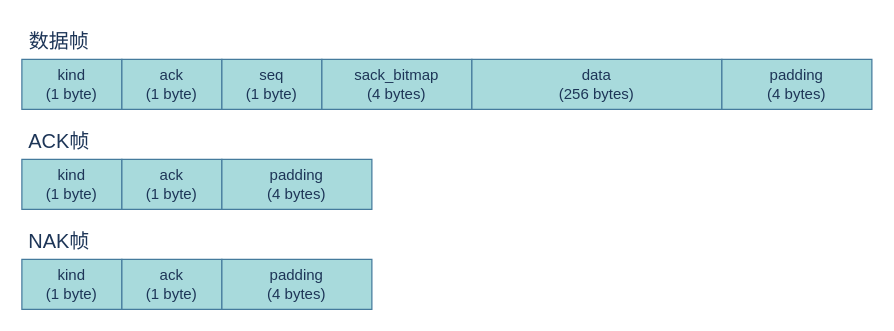
Before: page "第 1 页" (1 of 4) of 帧结构.drawio in snssnsww7/CN-picture, a draw.io diagram. Source tidied: cells renumbered, new cells numbered last; positions are measured from the earlier drawing's top-left corner, leaving out a move shared by most shapes. Both pictures are drawn from the tidied source at 125%, with x=0, y=0 at pixel (21, 21).
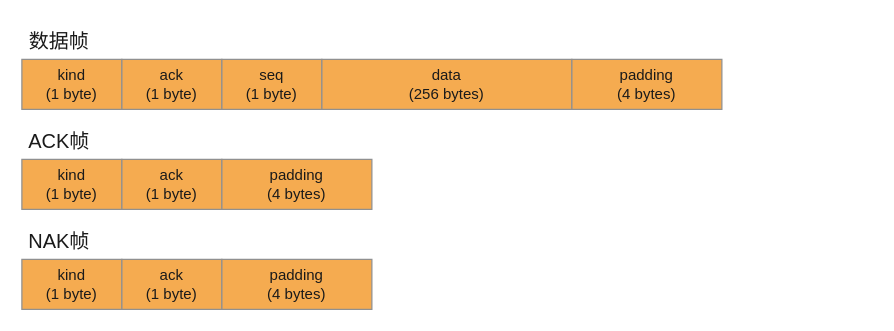
Above is the later version.

Commit message:
更新帧结构.drawio

The edit, as a diff of the source:
```diff
@@
 <mxGraphModel>
   <root>
     <mxCell id="0" />
     <mxCell id="1" parent="0" />
-    <mxCell id="2" value="kind&lt;div&gt;(1 byte)&lt;/div&gt;" style="rounded=0;whiteSpace=wrap;html=1;labelBackgroundColor=none;fillColor=#A8DADC;strokeColor=#457B9D;fontColor=#1D3557;" parent="1" vertex="1">
+    <mxCell id="2" value="kind&lt;div&gt;(1 byte)&lt;/div&gt;" style="rounded=0;whiteSpace=wrap;html=1;labelBackgroundColor=none;fillColor=#F5AB50;strokeColor=#909090;fontColor=#1A1A1A;" parent="1" vertex="1">
       <mxGeometry y="30" width="80" height="40" as="geometry" />
     </mxCell>
-    <mxCell id="3" value="ack&lt;br&gt;&lt;div&gt;(1 byte)&lt;/div&gt;" style="rounded=0;whiteSpace=wrap;html=1;labelBackgroundColor=none;fillColor=#A8DADC;strokeColor=#457B9D;fontColor=#1D3557;" parent="1" vertex="1">
+    <mxCell id="3" value="ack&lt;br&gt;&lt;div&gt;(1 byte)&lt;/div&gt;" style="rounded=0;whiteSpace=wrap;html=1;labelBackgroundColor=none;fillColor=#F5AB50;strokeColor=#909090;fontColor=#1A1A1A;" parent="1" vertex="1">
       <mxGeometry x="80" y="30" width="80" height="40" as="geometry" />
     </mxCell>
-    <mxCell id="4" value="seq&lt;br&gt;&lt;div&gt;(1 byte)&lt;/div&gt;" style="rounded=0;whiteSpace=wrap;html=1;labelBackgroundColor=none;fillColor=#A8DADC;strokeColor=#457B9D;fontColor=#1D3557;" parent="1" vertex="1">
+    <mxCell id="4" value="seq&lt;br&gt;&lt;div&gt;(1 byte)&lt;/div&gt;" style="rounded=0;whiteSpace=wrap;html=1;labelBackgroundColor=none;fillColor=#F5AB50;strokeColor=#909090;fontColor=#1A1A1A;" parent="1" vertex="1">
       <mxGeometry x="160" y="30" width="80" height="40" as="geometry" />
     </mxCell>
-    <mxCell id="5" value="sack_bitmap&lt;div&gt;(4 bytes)&lt;/div&gt;" style="rounded=0;whiteSpace=wrap;html=1;labelBackgroundColor=none;fillColor=#A8DADC;strokeColor=#457B9D;fontColor=#1D3557;" parent="1" vertex="1">
-      <mxGeometry x="240" y="30" width="120" height="40" as="geometry" />
-    </mxCell>
-    <mxCell id="6" value="data&lt;div&gt;(256 bytes)&lt;/div&gt;" style="rounded=0;whiteSpace=wrap;html=1;labelBackgroundColor=none;fillColor=#A8DADC;strokeColor=#457B9D;fontColor=#1D3557;" parent="1" vertex="1">
-      <mxGeometry x="360" y="30" width="200" height="40" as="geometry" />
+    <mxCell id="6" value="data&lt;div&gt;(256 bytes)&lt;/div&gt;" style="rounded=0;whiteSpace=wrap;html=1;labelBackgroundColor=none;fillColor=#F5AB50;strokeColor=#909090;fontColor=#1A1A1A;" parent="1" vertex="1">
+      <mxGeometry x="240" y="30" width="200" height="40" as="geometry" />
     </mxCell>
-    <mxCell id="7" value="padding&lt;div&gt;(4 bytes)&lt;/div&gt;" style="rounded=0;whiteSpace=wrap;html=1;labelBackgroundColor=none;fillColor=#A8DADC;strokeColor=#457B9D;fontColor=#1D3557;" parent="1" vertex="1">
-      <mxGeometry x="560" y="30" width="120" height="40" as="geometry" />
+    <mxCell id="7" value="padding&lt;div&gt;(4 bytes)&lt;/div&gt;" style="rounded=0;whiteSpace=wrap;html=1;labelBackgroundColor=none;fillColor=#F5AB50;strokeColor=#909090;fontColor=#1A1A1A;" parent="1" vertex="1">
+      <mxGeometry x="440" y="30" width="120" height="40" as="geometry" />
     </mxCell>
-    <mxCell id="8" value="数据帧" style="text;html=1;whiteSpace=wrap;strokeColor=none;fillColor=none;align=center;verticalAlign=middle;rounded=0;fontSize=16;labelBackgroundColor=none;fontColor=#1D3557;" parent="1" vertex="1">
+    <mxCell id="8" value="数据帧" style="text;html=1;whiteSpace=wrap;strokeColor=none;fillColor=none;align=center;verticalAlign=middle;rounded=0;fontSize=16;labelBackgroundColor=none;fontColor=#1A1A1A;" parent="1" vertex="1">
       <mxGeometry width="60" height="30" as="geometry" />
     </mxCell>
-    <mxCell id="9" value="ACK帧" style="text;html=1;whiteSpace=wrap;strokeColor=none;fillColor=none;align=center;verticalAlign=middle;rounded=0;fontSize=16;labelBackgroundColor=none;fontColor=#1D3557;" parent="1" vertex="1">
+    <mxCell id="9" value="ACK帧" style="text;html=1;whiteSpace=wrap;strokeColor=none;fillColor=none;align=center;verticalAlign=middle;rounded=0;fontSize=16;labelBackgroundColor=none;fontColor=#1A1A1A;" parent="1" vertex="1">
       <mxGeometry y="80" width="60" height="30" as="geometry" />
     </mxCell>
-    <mxCell id="10" value="kind&lt;div&gt;(1 byte)&lt;/div&gt;" style="rounded=0;whiteSpace=wrap;html=1;labelBackgroundColor=none;fillColor=#A8DADC;strokeColor=#457B9D;fontColor=#1D3557;" parent="1" vertex="1">
+    <mxCell id="10" value="kind&lt;div&gt;(1 byte)&lt;/div&gt;" style="rounded=0;whiteSpace=wrap;html=1;labelBackgroundColor=none;fillColor=#F5AB50;strokeColor=#909090;fontColor=#1A1A1A;" parent="1" vertex="1">
       <mxGeometry y="110" width="80" height="40" as="geometry" />
     </mxCell>
-    <mxCell id="11" value="ack&lt;br&gt;&lt;div&gt;(1 byte)&lt;/div&gt;" style="rounded=0;whiteSpace=wrap;html=1;labelBackgroundColor=none;fillColor=#A8DADC;strokeColor=#457B9D;fontColor=#1D3557;" parent="1" vertex="1">
+    <mxCell id="11" value="ack&lt;br&gt;&lt;div&gt;(1 byte)&lt;/div&gt;" style="rounded=0;whiteSpace=wrap;html=1;labelBackgroundColor=none;fillColor=#F5AB50;strokeColor=#909090;fontColor=#1A1A1A;" parent="1" vertex="1">
       <mxGeometry x="80" y="110" width="80" height="40" as="geometry" />
     </mxCell>
-    <mxCell id="12" value="kind&lt;div&gt;(1 byte)&lt;/div&gt;" style="rounded=0;whiteSpace=wrap;html=1;labelBackgroundColor=none;fillColor=#A8DADC;strokeColor=#457B9D;fontColor=#1D3557;" parent="1" vertex="1">
+    <mxCell id="12" value="kind&lt;div&gt;(1 byte)&lt;/div&gt;" style="rounded=0;whiteSpace=wrap;html=1;labelBackgroundColor=none;fillColor=#F5AB50;strokeColor=#909090;fontColor=#1A1A1A;" parent="1" vertex="1">
       <mxGeometry y="190" width="80" height="40" as="geometry" />
     </mxCell>
-    <mxCell id="13" value="ack&lt;br&gt;&lt;div&gt;(1 byte)&lt;/div&gt;" style="rounded=0;whiteSpace=wrap;html=1;labelBackgroundColor=none;fillColor=#A8DADC;strokeColor=#457B9D;fontColor=#1D3557;" parent="1" vertex="1">
+    <mxCell id="13" value="ack&lt;br&gt;&lt;div&gt;(1 byte)&lt;/div&gt;" style="rounded=0;whiteSpace=wrap;html=1;labelBackgroundColor=none;fillColor=#F5AB50;strokeColor=#909090;fontColor=#1A1A1A;" parent="1" vertex="1">
       <mxGeometry x="80" y="190" width="80" height="40" as="geometry" />
     </mxCell>
-    <mxCell id="14" value="padding&lt;div&gt;(4 bytes)&lt;/div&gt;" style="rounded=0;whiteSpace=wrap;html=1;labelBackgroundColor=none;fillColor=#A8DADC;strokeColor=#457B9D;fontColor=#1D3557;" parent="1" vertex="1">
+    <mxCell id="14" value="padding&lt;div&gt;(4 bytes)&lt;/div&gt;" style="rounded=0;whiteSpace=wrap;html=1;labelBackgroundColor=none;fillColor=#F5AB50;strokeColor=#909090;fontColor=#1A1A1A;" parent="1" vertex="1">
       <mxGeometry x="160" y="110" width="120" height="40" as="geometry" />
     </mxCell>
-    <mxCell id="15" value="padding&lt;div&gt;(4 bytes)&lt;/div&gt;" style="rounded=0;whiteSpace=wrap;html=1;labelBackgroundColor=none;fillColor=#A8DADC;strokeColor=#457B9D;fontColor=#1D3557;" parent="1" vertex="1">
+    <mxCell id="15" value="padding&lt;div&gt;(4 bytes)&lt;/div&gt;" style="rounded=0;whiteSpace=wrap;html=1;labelBackgroundColor=none;fillColor=#F5AB50;strokeColor=#909090;fontColor=#1A1A1A;" parent="1" vertex="1">
       <mxGeometry x="160" y="190" width="120" height="40" as="geometry" />
     </mxCell>
-    <mxCell id="16" value="NAK帧" style="text;html=1;whiteSpace=wrap;strokeColor=none;fillColor=none;align=center;verticalAlign=middle;rounded=0;fontSize=16;labelBackgroundColor=none;fontColor=#1D3557;" parent="1" vertex="1">
+    <mxCell id="16" value="NAK帧" style="text;html=1;whiteSpace=wrap;strokeColor=none;fillColor=none;align=center;verticalAlign=middle;rounded=0;fontSize=16;labelBackgroundColor=none;fontColor=#1A1A1A;" parent="1" vertex="1">
       <mxGeometry y="160" width="60" height="30" as="geometry" />
     </mxCell>
   </root>
 </mxGraphModel>
```
